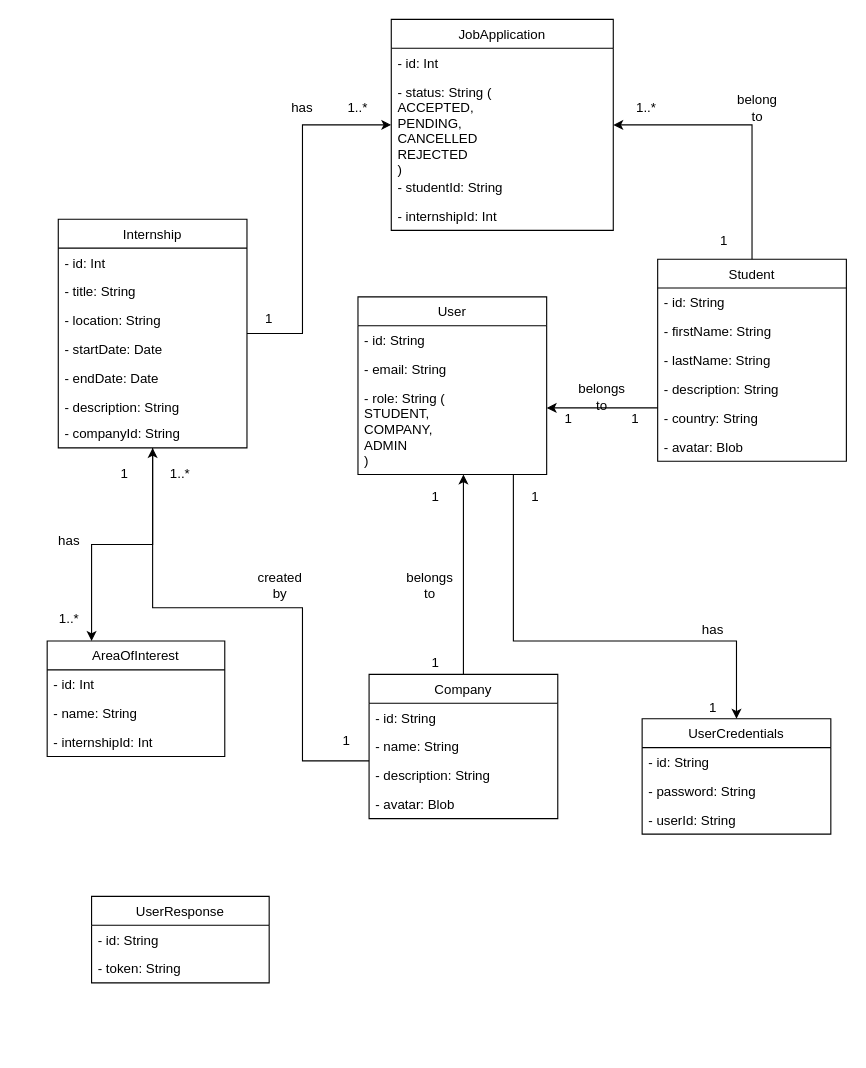
Above: page "Server classes" (1 of 2) of docs/diagrams.drawio in Ami13F/InternLink (draw.io), before the change. Source tidied: cells renumbered, new cells numbered last; positions are measured from the earlier drawing's top-left corner, leaving out a move shared by most shapes. Both pictures are drawn from the tidied source at 111%, with x=0, y=0 at pixel (47, 19).
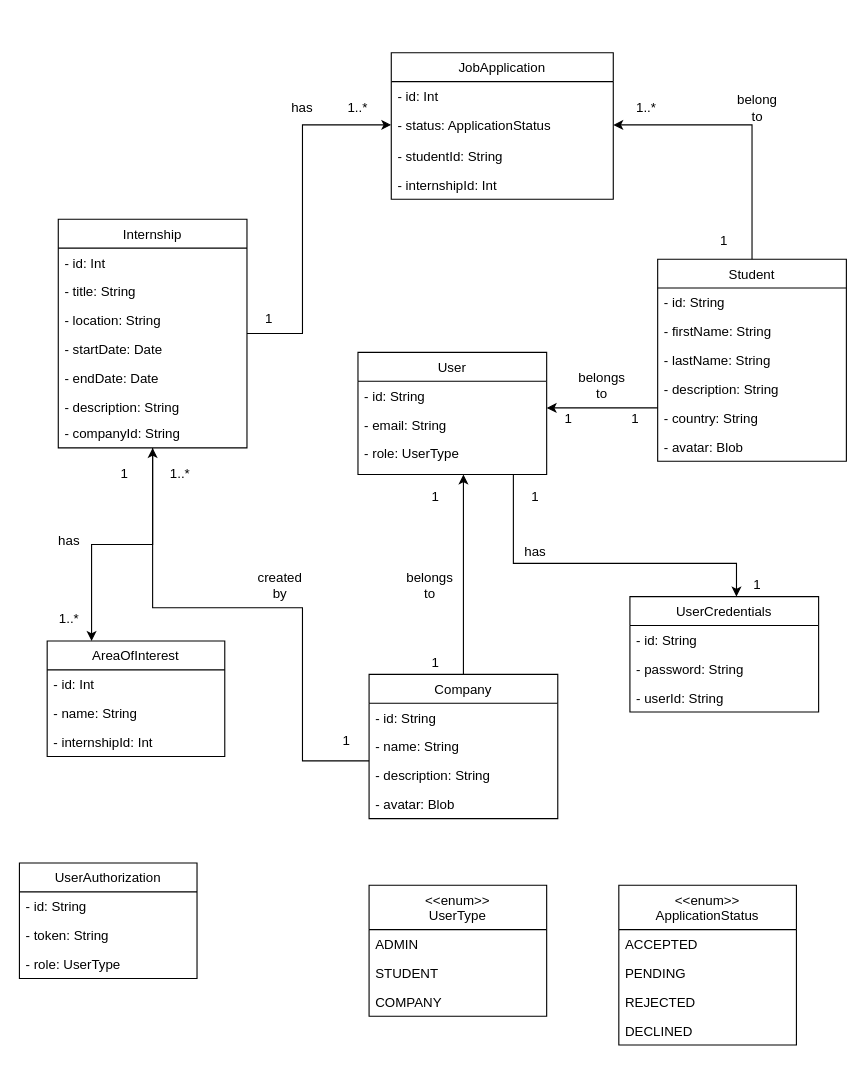
The same page after the edit.

Change to the diagram source:
```diff
@@
     <mxCell id="32" value="JobApplication" style="swimlane;fontStyle=0;horizontal=1;startSize=26;fillColor=none;" parent="1" vertex="1">
-      <mxGeometry x="310" width="200" height="190" as="geometry" />
+      <mxGeometry x="310" y="30" width="200" height="132" as="geometry" />
     </mxCell>
@@
-    <mxCell id="34" value="- status: String (&#10;ACCEPTED,&#10;PENDING,&#10;CANCELLED&#10;REJECTED&#10;)" style="text;strokeColor=none;fillColor=none;align=left;verticalAlign=top;spacingLeft=4;spacingRight=4;overflow=hidden;" parent="32" vertex="1">
-      <mxGeometry y="52" width="200" height="86" as="geometry" />
+    <mxCell id="34" value="- status: ApplicationStatus" style="text;strokeColor=none;fillColor=none;align=left;verticalAlign=top;spacingLeft=4;spacingRight=4;overflow=hidden;" parent="32" vertex="1">
+      <mxGeometry y="52" width="200" height="28" as="geometry" />
     </mxCell>
     <mxCell id="35" value="- studentId: String" style="text;strokeColor=none;fillColor=none;align=left;verticalAlign=top;spacingLeft=4;spacingRight=4;overflow=hidden;" parent="32" vertex="1">
-      <mxGeometry y="138" width="200" height="26" as="geometry" />
+      <mxGeometry y="80" width="200" height="26" as="geometry" />
     </mxCell>
     <mxCell id="36" value="- internshipId: Int" style="text;strokeColor=none;fillColor=none;align=left;verticalAlign=top;spacingLeft=4;spacingRight=4;overflow=hidden;" parent="32" vertex="1">
-      <mxGeometry y="164" width="200" height="26" as="geometry" />
+      <mxGeometry y="106" width="200" height="26" as="geometry" />
     </mxCell>
     <mxCell id="37" value="UserCredentials" style="swimlane;fontStyle=0;horizontal=1;startSize=26;fillColor=none;" parent="1" vertex="1">
-      <mxGeometry x="536" y="630" width="170" height="104" as="geometry" />
+      <mxGeometry x="525" y="520" width="170" height="104" as="geometry" />
     </mxCell>
@@
     <mxCell id="41" style="edgeStyle=orthogonalEdgeStyle;rounded=0;jettySize=auto;html=1;" parent="1" edge="1" source="42" target="37">
       <mxGeometry relative="1" as="geometry">
         <Array as="points">
-          <mxPoint x="420" y="560" />
-          <mxPoint x="621" y="560" />
+          <mxPoint x="420" y="490" />
+          <mxPoint x="621" y="490" />
         </Array>
       </mxGeometry>
     </mxCell>
     <mxCell id="42" value="User" style="swimlane;fontStyle=0;horizontal=1;startSize=26;fillColor=none;" parent="1" vertex="1">
-      <mxGeometry x="280" y="250" width="170" height="160" as="geometry" />
+      <mxGeometry x="280" y="300" width="170" height="110" as="geometry" />
     </mxCell>
@@
-    <mxCell id="45" value="- role: String (&#10;STUDENT,&#10;COMPANY,&#10;ADMIN&#10;)&#10;" style="text;strokeColor=none;fillColor=none;align=left;verticalAlign=top;spacingLeft=4;spacingRight=4;overflow=hidden;" parent="42" vertex="1">
-      <mxGeometry y="78" width="170" height="82" as="geometry" />
+    <mxCell id="45" value="- role: UserType&#10;" style="text;strokeColor=none;fillColor=none;align=left;verticalAlign=top;spacingLeft=4;spacingRight=4;overflow=hidden;" parent="42" vertex="1">
+      <mxGeometry y="78" width="170" height="32" as="geometry" />
     </mxCell>
@@
     <mxCell id="50" value="belongs to" style="text;html=1;strokeColor=none;fillColor=none;align=center;verticalAlign=middle;whiteSpace=wrap;rounded=0;" parent="1" vertex="1">
-      <mxGeometry x="480" y="330" width="40" height="20" as="geometry" />
+      <mxGeometry x="480" y="320" width="40" height="20" as="geometry" />
     </mxCell>
@@
     <mxCell id="59" value="1" style="text;html=1;strokeColor=none;fillColor=none;align=center;verticalAlign=middle;whiteSpace=wrap;rounded=0;" parent="1" vertex="1">
-      <mxGeometry x="580" y="610" width="40" height="20" as="geometry" />
+      <mxGeometry x="620" y="500" width="40" height="20" as="geometry" />
     </mxCell>
     <mxCell id="60" value="has" style="text;html=1;strokeColor=none;fillColor=none;align=center;verticalAlign=middle;whiteSpace=wrap;rounded=0;" parent="1" vertex="1">
-      <mxGeometry x="580" y="540" width="40" height="20" as="geometry" />
+      <mxGeometry x="420" y="470" width="40" height="20" as="geometry" />
     </mxCell>
@@
-    <mxCell id="67" value="UserResponse" style="swimlane;fontStyle=0;align=center;verticalAlign=top;horizontal=1;startSize=26;" parent="1" vertex="1">
-      <mxGeometry x="40" y="790" width="160" height="78" as="geometry" />
+    <mxCell id="67" value="UserAuthorization" style="swimlane;fontStyle=0;align=center;verticalAlign=top;horizontal=1;startSize=26;" parent="1" vertex="1">
+      <mxGeometry x="-25" y="760" width="160" height="104" as="geometry" />
     </mxCell>
@@
+    <mxCell id="70" value="- role: UserType&#10;" style="text;strokeColor=none;fillColor=none;align=left;verticalAlign=top;spacingLeft=4;spacingRight=4;overflow=hidden;" parent="67" vertex="1">
+      <mxGeometry y="78" width="160" height="26" as="geometry" />
+    </mxCell>
+    <mxCell id="71" value="&lt;&lt;enum&gt;&gt;&#10;UserType" style="swimlane;fontStyle=0;align=center;verticalAlign=top;horizontal=1;startSize=40;" parent="1" vertex="1">
+      <mxGeometry x="290" y="780" width="160" height="118" as="geometry" />
+    </mxCell>
+    <mxCell id="72" value="ADMIN" style="text;strokeColor=none;fillColor=none;align=left;verticalAlign=top;spacingLeft=4;spacingRight=4;overflow=hidden;" parent="71" vertex="1">
+      <mxGeometry y="40" width="160" height="26" as="geometry" />
+    </mxCell>
+    <mxCell id="73" value="STUDENT" style="text;strokeColor=none;fillColor=none;align=left;verticalAlign=top;spacingLeft=4;spacingRight=4;overflow=hidden;" parent="71" vertex="1">
+      <mxGeometry y="66" width="160" height="26" as="geometry" />
+    </mxCell>
+    <mxCell id="74" value="COMPANY" style="text;strokeColor=none;fillColor=none;align=left;verticalAlign=top;spacingLeft=4;spacingRight=4;overflow=hidden;" parent="71" vertex="1">
+      <mxGeometry y="92" width="160" height="26" as="geometry" />
+    </mxCell>
+    <mxCell id="75" value="&lt;&lt;enum&gt;&gt;&#10;ApplicationStatus" style="swimlane;fontStyle=0;align=center;verticalAlign=top;horizontal=1;startSize=40;" parent="1" vertex="1">
+      <mxGeometry x="515" y="780" width="160" height="144" as="geometry" />
+    </mxCell>
+    <mxCell id="76" value="ACCEPTED" style="text;strokeColor=none;fillColor=none;align=left;verticalAlign=top;spacingLeft=4;spacingRight=4;overflow=hidden;" parent="75" vertex="1">
+      <mxGeometry y="40" width="160" height="26" as="geometry" />
+    </mxCell>
+    <mxCell id="77" value="PENDING" style="text;strokeColor=none;fillColor=none;align=left;verticalAlign=top;spacingLeft=4;spacingRight=4;overflow=hidden;" parent="75" vertex="1">
+      <mxGeometry y="66" width="160" height="26" as="geometry" />
+    </mxCell>
+    <mxCell id="78" value="REJECTED" style="text;strokeColor=none;fillColor=none;align=left;verticalAlign=top;spacingLeft=4;spacingRight=4;overflow=hidden;" parent="75" vertex="1">
+      <mxGeometry y="92" width="160" height="26" as="geometry" />
+    </mxCell>
+    <mxCell id="79" value="DECLINED" style="text;strokeColor=none;fillColor=none;align=left;verticalAlign=top;spacingLeft=4;spacingRight=4;overflow=hidden;" parent="75" vertex="1">
+      <mxGeometry y="118" width="160" height="26" as="geometry" />
+    </mxCell>
```
